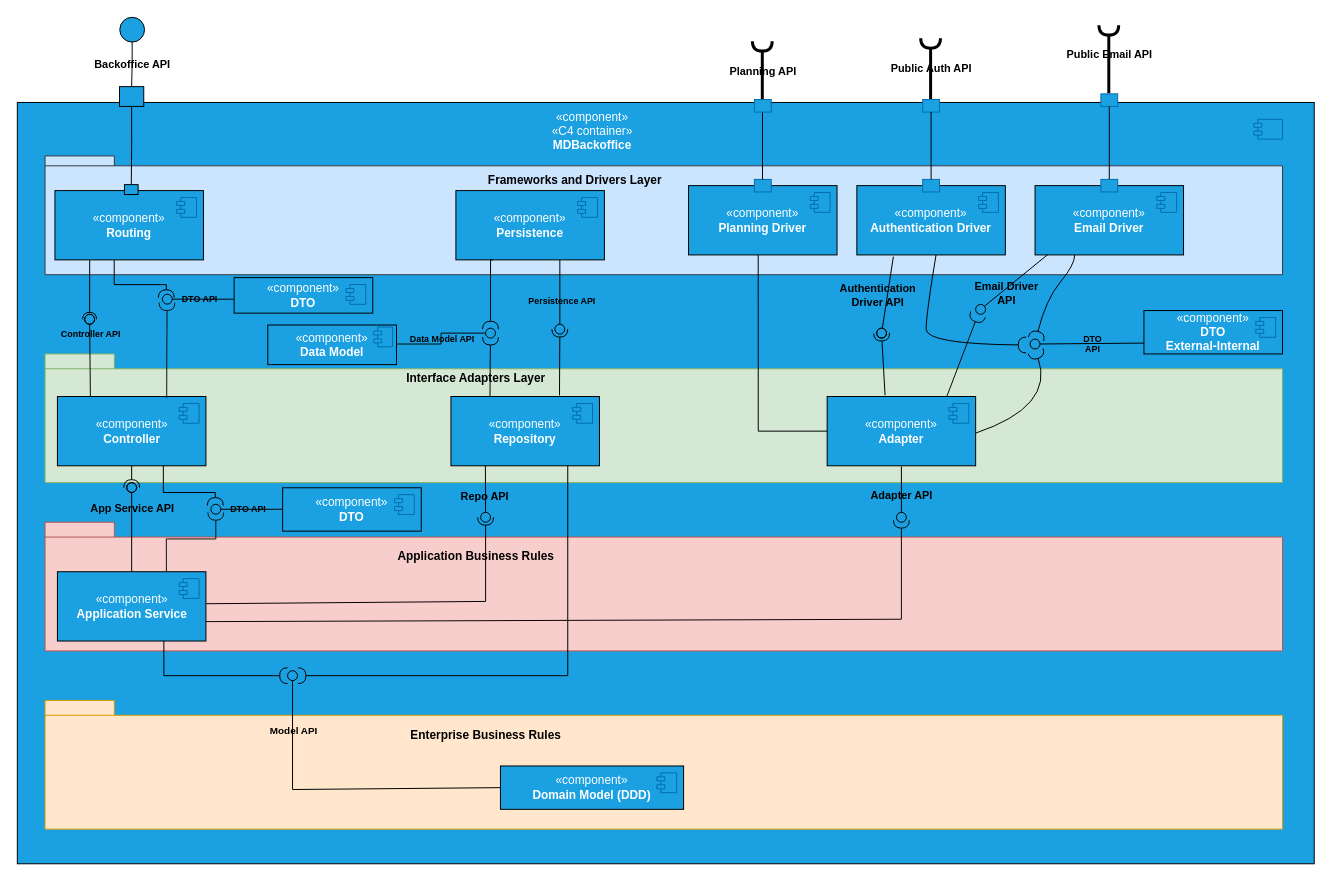
Before: docs/sprint-2/team-decisions/views/logical-view/backoffice_vl3.drawio in rita-barbosa/LAPR5-2425, a draw.io diagram. Source tidied: cells renumbered, new cells numbered last; positions are measured from the earlier drawing's top-left corner, leaving out a move shared by most shapes. Both pictures are drawn from the tidied source at 99%, with x=0, y=0 at pixel (17, 17).
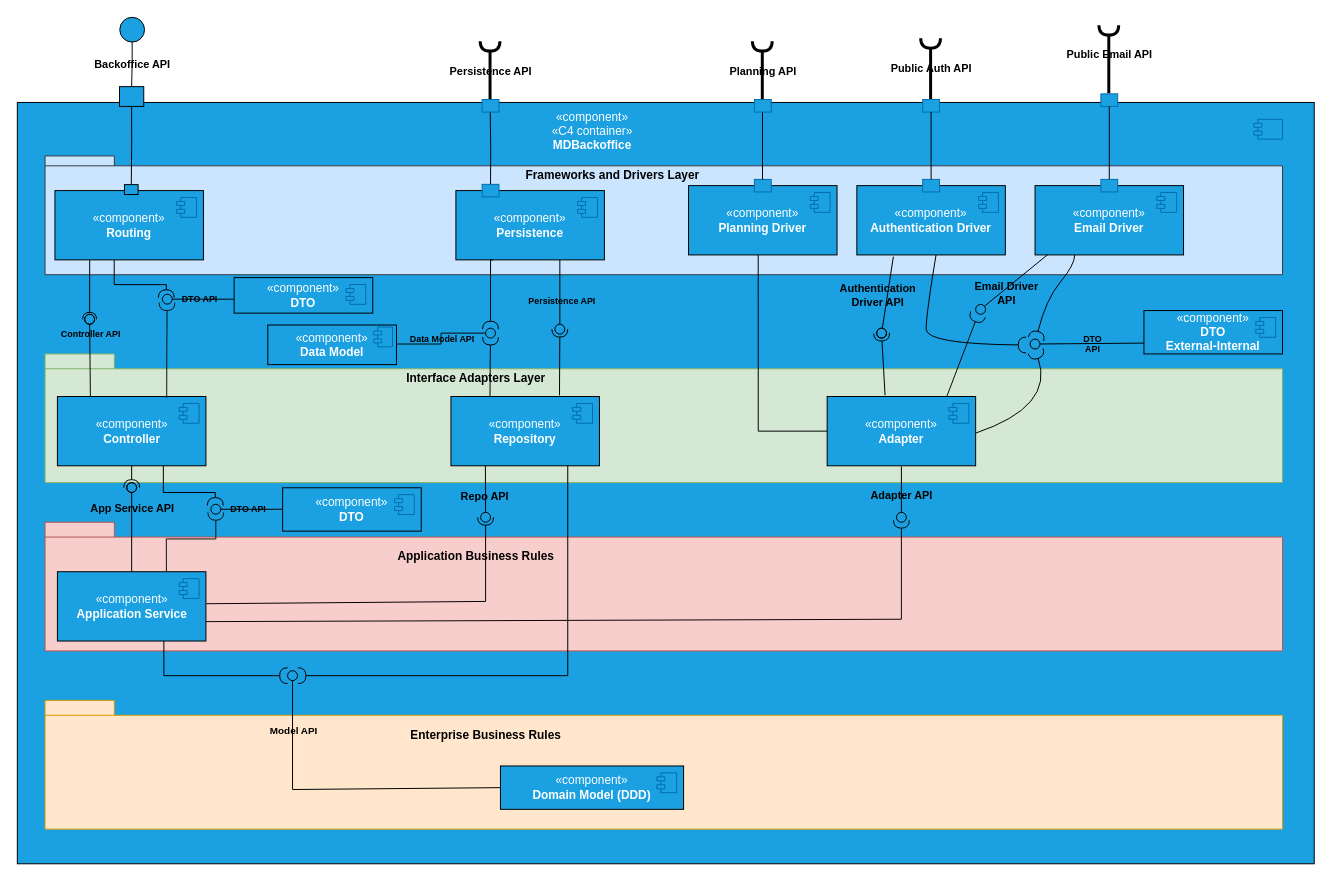
The same page after the edit.

Change to the diagram source:
```diff
@@
     <mxCell id="54" style="group;" parent="1" vertex="1">
-      <mxGeometry x="443" y="165" width="150" height="80" as="geometry" />
+      <mxGeometry x="443" y="165" width="252.5" height="80" as="geometry" />
     </mxCell>
     <mxCell id="55" style="group;" parent="54" vertex="1">
-      <mxGeometry width="150" height="80" as="geometry" />
+      <mxGeometry width="252.5" height="80" as="geometry" />
     </mxCell>
@@
+    <mxCell id="109" value="Frameworks and Drivers Layer" style="text;html=1;align=center;verticalAlign=middle;strokeColor=none;fillColor=none;fontColor=#000000;fontStyle=1;" parent="55" vertex="1">
+      <mxGeometry x="62.5" y="-20" width="190" height="30" as="geometry" />
+    </mxCell>
+    <mxCell id="153" style="group;" parent="55" vertex="1">
+      <mxGeometry x="-40" width="150" height="80" as="geometry" />
+    </mxCell>
+    <mxCell id="154" style="group;" parent="153" vertex="1">
+      <mxGeometry width="150" height="80" as="geometry" />
+    </mxCell>
+    <mxCell id="155" style="rounded=0;whiteSpace=wrap;html=1;fillColor=#1ba1e2;fontColor=#ffffff;strokeColor=#006EAF;rotation=-360;" parent="154" vertex="1">
+      <mxGeometry x="66.5" y="3.7" width="17" height="12.7" as="geometry" />
+    </mxCell>
@@
-    <mxCell id="109" value="Frameworks and Drivers Layer" style="text;html=1;align=center;verticalAlign=middle;strokeColor=none;fillColor=none;fontColor=#000000;fontStyle=1;" parent="1" vertex="1">
-      <mxGeometry x="468" y="150" width="190" height="30" as="geometry" />
-    </mxCell>
@@
+    <mxCell id="156" style="group;" parent="1" vertex="1">
+      <mxGeometry x="469.5" y="40" width="17" height="66.2" as="geometry" />
+    </mxCell>
+    <mxCell id="157" style="group;rotation=-180;" parent="156" vertex="1">
+      <mxGeometry width="17" height="66.2" as="geometry" />
+    </mxCell>
+    <mxCell id="158" style="edgeStyle=orthogonalEdgeStyle;rounded=0;orthogonalLoop=1;jettySize=auto;html=1;entryX=0.5;entryY=0;entryDx=0;entryDy=0;endArrow=none;endFill=0;fontColor=#000000;strokeColor=#000000;startArrow=halfCircle;startFill=0;strokeWidth=3;endSize=6;jumpSize=6;" parent="157" edge="1">
+      <mxGeometry relative="1" as="geometry">
+        <mxPoint x="8" y="-15.9" as="sourcePoint" />
+        <mxPoint x="8" y="53" as="targetPoint" />
+      </mxGeometry>
+    </mxCell>
+    <mxCell id="159" value="Persistence API" style="edgeLabel;html=1;align=center;verticalAlign=middle;labelBackgroundColor=none;rotation=0;fontStyle=1;" parent="158" vertex="1">
+      <mxGeometry x="-0.15" relative="1" as="geometry">
+        <mxPoint y="1" as="offset" />
+      </mxGeometry>
+    </mxCell>
+    <mxCell id="160" style="rounded=0;whiteSpace=wrap;html=1;fillColor=#1ba1e2;fontColor=#ffffff;strokeColor=#006EAF;rotation=-360;" parent="157" vertex="1">
+      <mxGeometry y="43" width="17" height="12.7" as="geometry" />
+    </mxCell>
+    <mxCell id="161" style="edgeStyle=orthogonalEdgeStyle;rounded=0;jettySize=auto;html=1;endArrow=none;endFill=0;strokeColor=#000000;entryX=0.5;entryY=0;entryDx=0;entryDy=0;" parent="1" edge="1" target="155">
+      <mxGeometry relative="1" as="geometry">
+        <mxPoint x="477.7" y="96" as="sourcePoint" />
+      </mxGeometry>
+    </mxCell>
```
